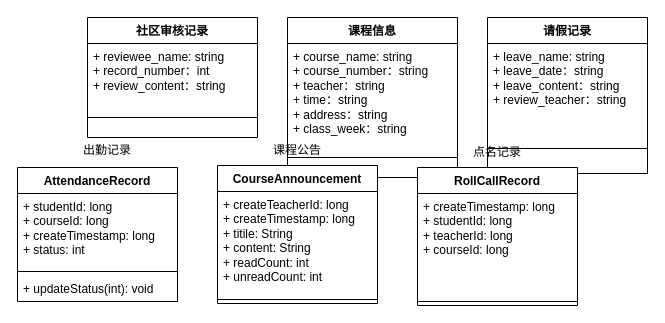
Above: 类图.drawio in Huangzhu-zhu/- (draw.io), before the change. Source tidied: cells renumbered, new cells numbered last; positions are measured from the earlier drawing's top-left corner, leaving out a move shared by most shapes. Both pictures are drawn from the tidied source at 100%, with x=0, y=0 at pixel (17, 17).
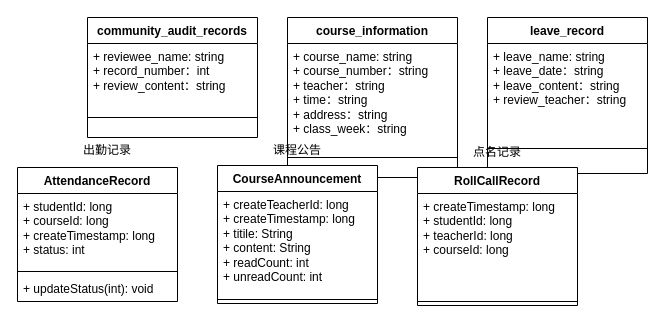
The same page after the edit.

Diff of the diagram source:
```diff
@@
-    <mxCell id="2" value="社区审核记录" style="swimlane;fontStyle=1;align=center;verticalAlign=top;horizontal=1;startSize=26;whiteSpace=wrap;html=1;" parent="1" vertex="1">
+    <mxCell id="2" value="community_audit_records" style="swimlane;fontStyle=1;align=center;verticalAlign=top;horizontal=1;startSize=26;whiteSpace=wrap;html=1;" parent="1" vertex="1">
       <mxGeometry x="70" width="170" height="120" as="geometry" />
     </mxCell>
@@
-    <mxCell id="9" value="课程信息" style="swimlane;fontStyle=1;align=center;verticalAlign=top;horizontal=1;startSize=26;whiteSpace=wrap;html=1;" parent="1" vertex="1">
+    <mxCell id="9" value="course_information" style="swimlane;fontStyle=1;align=center;verticalAlign=top;horizontal=1;startSize=26;whiteSpace=wrap;html=1;" parent="1" vertex="1">
       <mxGeometry x="270" width="170" height="160" as="geometry" />
     </mxCell>
@@
-    <mxCell id="15" value="请假记录" style="swimlane;fontStyle=1;align=center;verticalAlign=top;horizontal=1;startSize=26;whiteSpace=wrap;html=1;" parent="1" vertex="1">
+    <mxCell id="15" value="leave_record" style="swimlane;fontStyle=1;align=center;verticalAlign=top;horizontal=1;startSize=26;whiteSpace=wrap;html=1;" parent="1" vertex="1">
       <mxGeometry x="470" width="160" height="156" as="geometry" />
     </mxCell>
```
